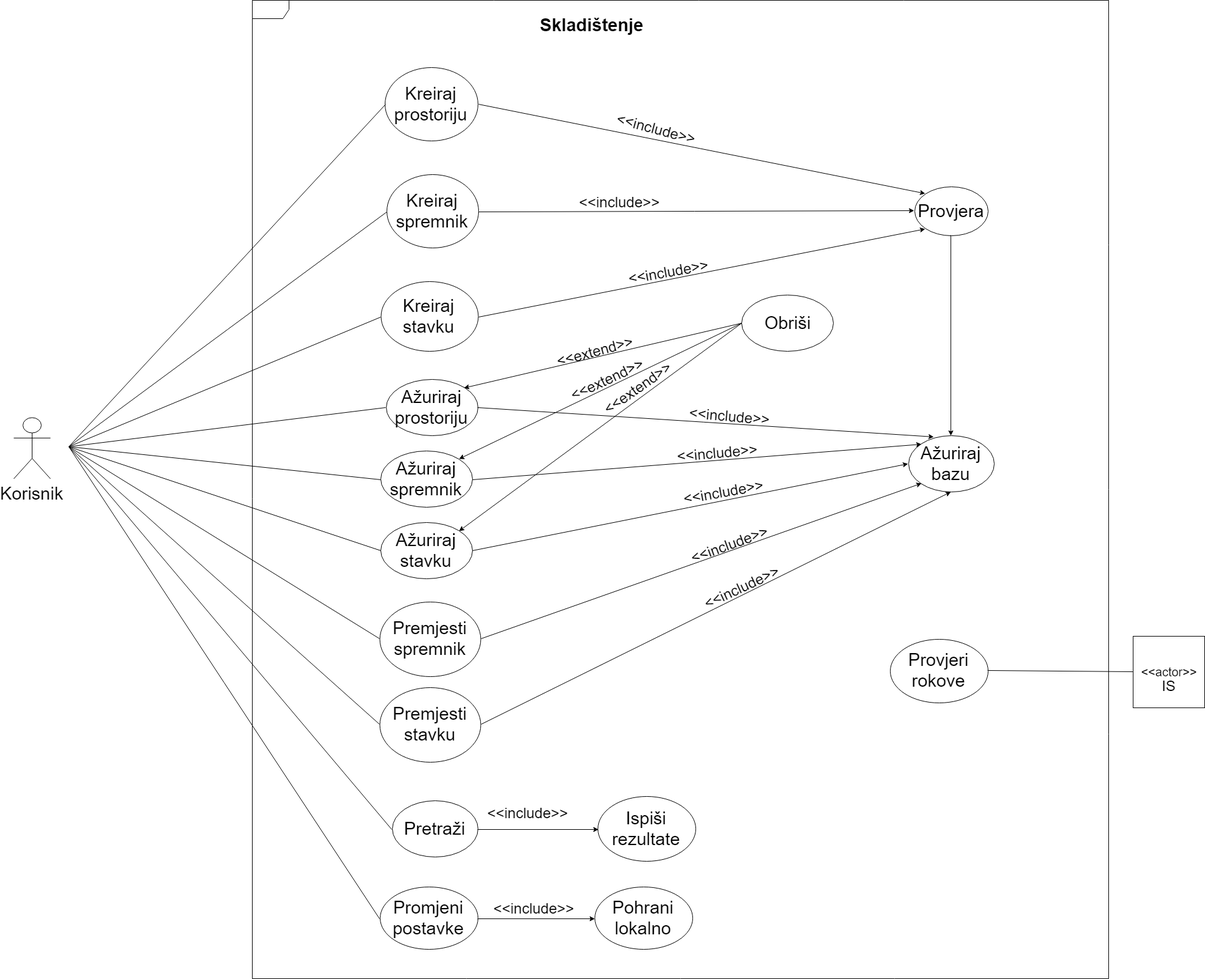
Above: Dokumentacija/Slike za dokumentaciju/Tehnička dokumentacija/dijagram korištenja.png in DominikSulic/Simply-Store (draw.io), before the change. Source tidied: cells renumbered, new cells last; positions are measured from the earlier drawing's top-left corner, leaving out a move shared by most shapes.
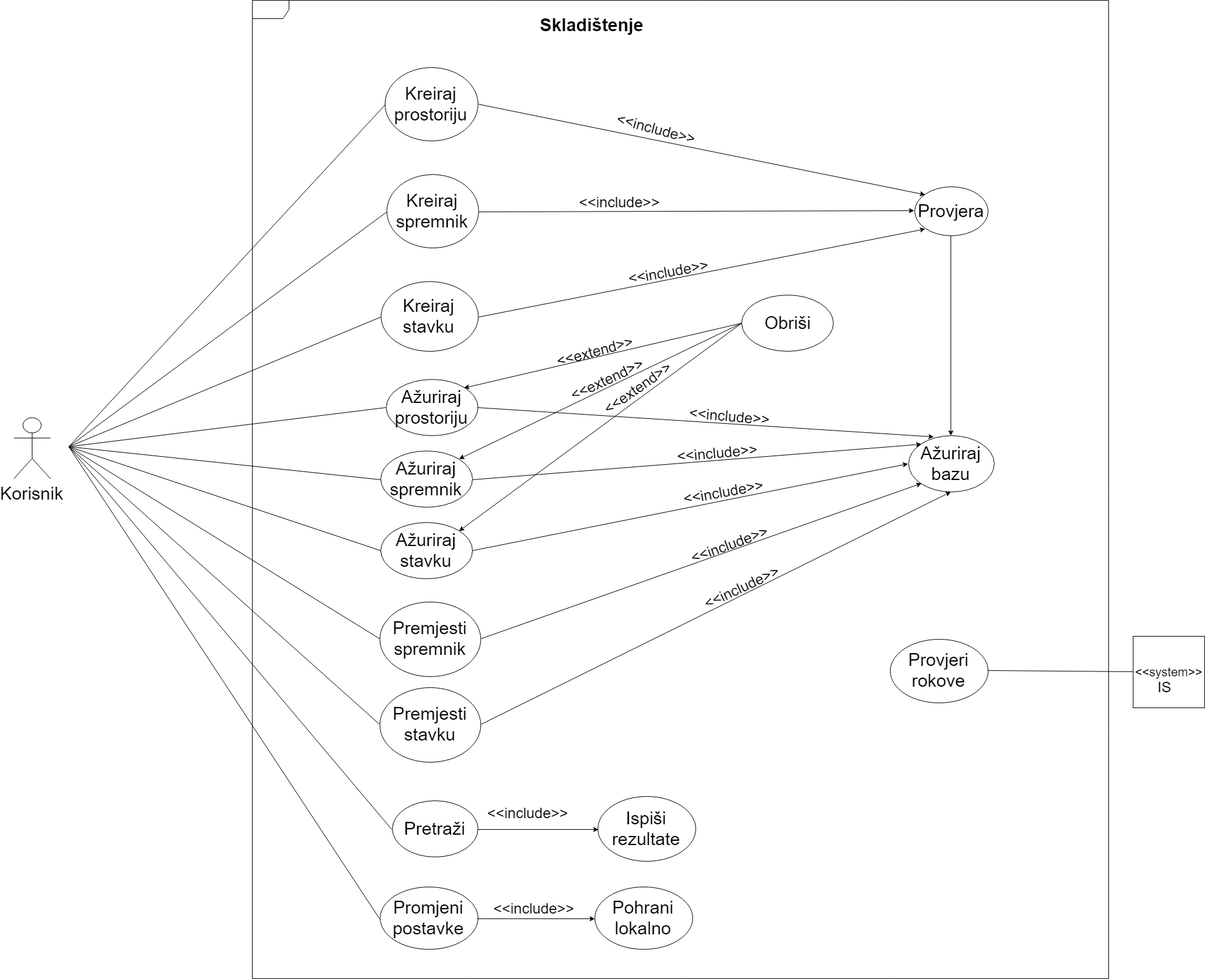
The same file after the commit.

Diff of the diagram source:
```diff
@@ -65,11 +65,11 @@
     <mxCell id="20" value="Provjeri rokove" style="ellipse;whiteSpace=wrap;html=1;fontSize=29;" parent="1" vertex="1">
       <mxGeometry x="1432.5" y="1044.5" width="160" height="104" as="geometry" />
     </mxCell>
-    <mxCell id="21" value="&amp;lt;&amp;lt;actor&amp;gt;&amp;gt;" style="whiteSpace=wrap;html=1;fontSize=20;" parent="1" vertex="1">
+    <mxCell id="21" value="&amp;lt;&amp;lt;system&amp;gt;&amp;gt;" style="whiteSpace=wrap;html=1;fontSize=20;" parent="1" vertex="1">
       <mxGeometry x="1830" y="1040" width="117" height="117" as="geometry" />
     </mxCell>
     <mxCell id="22" value="IS" style="text;html=1;strokeColor=none;fillColor=none;align=center;verticalAlign=middle;whiteSpace=wrap;rounded=0;fontSize=24;" parent="1" vertex="1">
-      <mxGeometry x="1837.5" y="1096.5" width="102" height="50" as="geometry" />
+      <mxGeometry x="1830" y="945" width="102" height="357" as="geometry" />
     </mxCell>
     <mxCell id="23" style="endArrow=none;html=1;fontSize=20;entryX=0;entryY=0.5;entryDx=0;entryDy=0;exitX=1;exitY=0.5;exitDx=0;exitDy=0;" parent="1" edge="1" source="20" target="21">
       <mxGeometry relative="1" as="geometry" />
```
